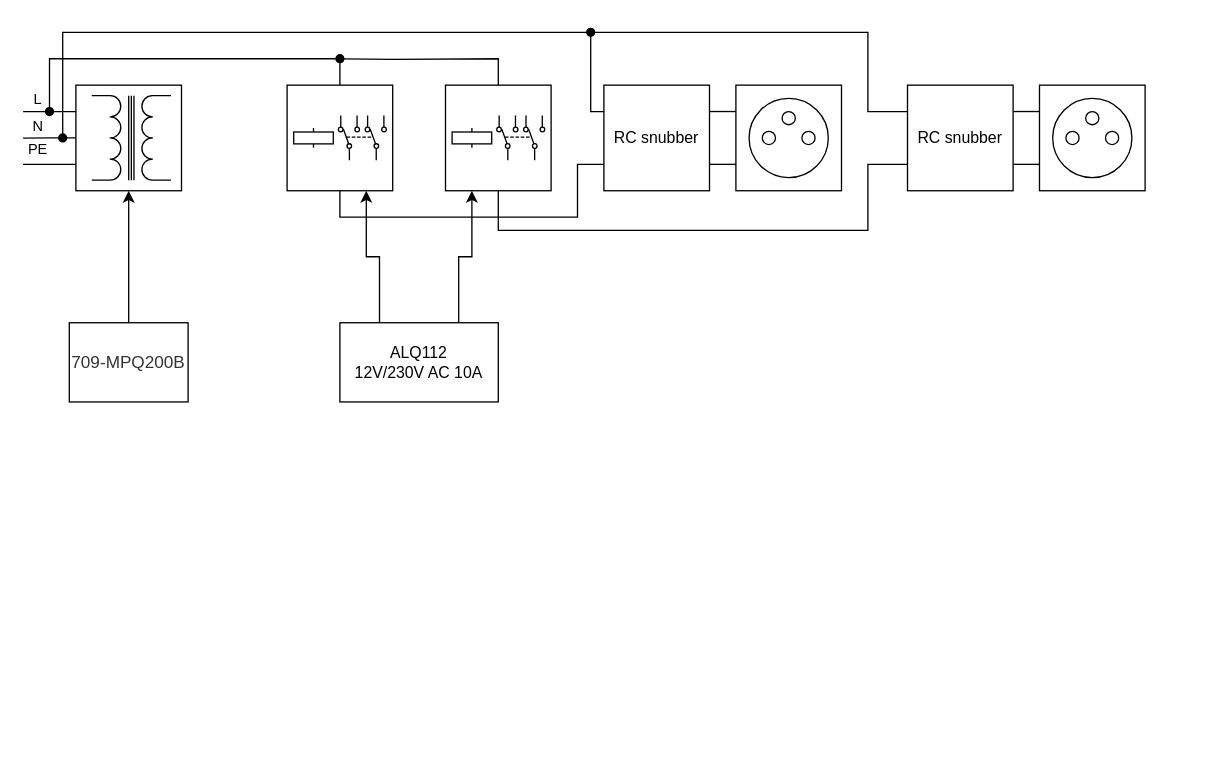
Earlier version of the draw.io diagram silnoproud.drawio (AdminTextilka/Bakalarka). Source tidied: cells renumbered, new cells numbered last; positions are measured from the earlier drawing's top-left corner, leaving out a move shared by most shapes. Both pictures are drawn from the tidied source at 132%, with x=0, y=0 at pixel (22, 32).
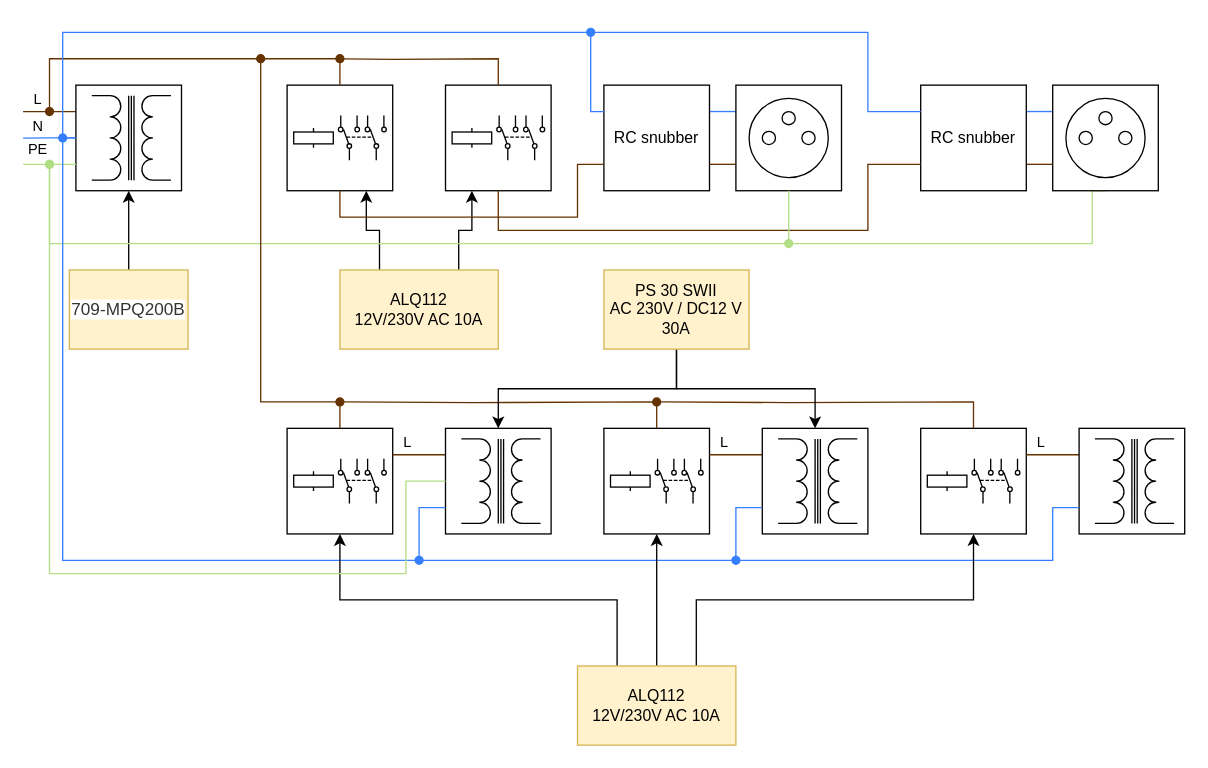
The same diagram, later.

The change refers to these unchanged cells:
```xml
<mxCell id="2" style="group;" parent="1" vertex="1">
  <mxGeometry x="40" y="40" width="80" height="80" as="geometry" />
</mxCell>
<mxCell id="7" style="rounded=0;whiteSpace=wrap;html=1;" parent="2" vertex="1">
  <mxGeometry width="80" height="80" as="geometry" />
</mxCell>
<mxCell id="12" style="whiteSpace=wrap;html=1;" parent="11" vertex="1">
  <mxGeometry width="80" height="80" as="geometry" />
</mxCell>
<mxCell id="22" style="whiteSpace=wrap;html=1;" parent="21" vertex="1">
  <mxGeometry width="80" height="80" as="geometry" />
</mxCell>
<mxCell id="28" value="RC snubber" style="whiteSpace=wrap;html=1;" parent="1" vertex="1">
  <mxGeometry x="440" y="40" width="80" height="80" as="geometry" />
</mxCell>
<mxCell id="36" style="whiteSpace=wrap;html=1;" parent="1" vertex="1">
  <mxGeometry x="540" y="40" width="80" height="80" as="geometry" />
</mxCell>
```

The edit, as a diff of the source:
```diff
@@
-    <mxCell id="3" style="edgeStyle=orthogonalEdgeStyle;rounded=0;jettySize=auto;html=1;exitX=0;exitY=0.25;exitDx=0;exitDy=0;startArrow=none;startFill=0;endArrow=none;" parent="2" edge="1" source="7">
+    <mxCell id="3" style="edgeStyle=orthogonalEdgeStyle;rounded=0;jettySize=auto;html=1;exitX=0;exitY=0.25;exitDx=0;exitDy=0;startArrow=none;startFill=0;endArrow=none;strokeColor=#663300;" parent="2" edge="1" source="7">
       <mxGeometry relative="1" as="geometry">
         <mxPoint x="-40" y="20" as="targetPoint" />
       </mxGeometry>
     </mxCell>
@@
-    <mxCell id="5" style="edgeStyle=orthogonalEdgeStyle;rounded=0;jettySize=auto;html=1;exitX=0;exitY=0.5;exitDx=0;exitDy=0;endArrow=none;startFill=0;" parent="2" edge="1" source="7">
+    <mxCell id="5" style="edgeStyle=orthogonalEdgeStyle;rounded=0;jettySize=auto;html=1;exitX=0;exitY=0.5;exitDx=0;exitDy=0;endArrow=none;startFill=0;strokeColor=#357FFF;" parent="2" edge="1" source="7">
       <mxGeometry relative="1" as="geometry">
         <mxPoint x="-40" y="40.2" as="targetPoint" />
       </mxGeometry>
     </mxCell>
@@
-    <mxCell id="9" style="edgeStyle=orthogonalEdgeStyle;rounded=0;jettySize=auto;html=1;entryX=0;entryY=0.75;entryDx=0;entryDy=0;endArrow=none;startFill=0;" parent="1" edge="1" target="7">
+    <mxCell id="9" style="edgeStyle=orthogonalEdgeStyle;rounded=0;jettySize=auto;html=1;entryX=0;entryY=0.75;entryDx=0;entryDy=0;endArrow=none;startFill=0;strokeColor=#B2DE85;" parent="1" edge="1" target="7">
       <mxGeometry relative="1" as="geometry">
         <mxPoint y="100" as="sourcePoint" />
         <Array as="points">
           <mxPoint y="100" />
         </Array>
       </mxGeometry>
     </mxCell>
@@
-    <mxCell id="16" value="&lt;span style=&quot;color: rgb(51, 51, 51); font-family: Arial, Helvetica, sans-serif; font-size: 13px; text-align: start; background-color: rgb(255, 255, 255);&quot;&gt;709-MPQ200B&lt;/span&gt;" style="rounded=0;whiteSpace=wrap;html=1;" parent="1" vertex="1">
-      <mxGeometry x="35" y="220" width="90" height="60" as="geometry" />
+    <mxCell id="16" value="&lt;span style=&quot;color: rgb(51, 51, 51); font-family: Arial, Helvetica, sans-serif; font-size: 13px; text-align: start; background-color: rgb(255, 255, 255);&quot;&gt;709-MPQ200B&lt;/span&gt;" style="rounded=0;whiteSpace=wrap;html=1;fillColor=#fff2cc;strokeColor=#d6b656;" parent="1" vertex="1">
+      <mxGeometry x="35" y="180" width="90" height="60" as="geometry" />
     </mxCell>
-    <mxCell id="17" style="edgeStyle=orthogonalEdgeStyle;rounded=0;jettySize=auto;html=1;entryX=0.5;entryY=0;entryDx=0;entryDy=0;endArrow=none;startFill=1;endFill=1;startArrow=oval;" parent="1" edge="1" target="12">
+    <mxCell id="17" style="edgeStyle=orthogonalEdgeStyle;rounded=0;jettySize=auto;html=1;entryX=0.5;entryY=0;entryDx=0;entryDy=0;endArrow=none;startFill=1;endFill=1;startArrow=oval;strokeColor=#663300;" parent="1" edge="1" target="12">
       <mxGeometry relative="1" as="geometry">
         <mxPoint x="20" y="60" as="sourcePoint" />
         <Array as="points">
           <mxPoint x="20" y="20" />
           <mxPoint x="240" y="20" />
         </Array>
       </mxGeometry>
     </mxCell>
@@
-    <mxCell id="20" value="ALQ112&lt;br&gt;12V/230V AC 10A" style="rounded=0;whiteSpace=wrap;html=1;" parent="1" vertex="1">
-      <mxGeometry x="240" y="220" width="120" height="60" as="geometry" />
+    <mxCell id="20" value="ALQ112&lt;br&gt;12V/230V AC 10A" style="rounded=0;whiteSpace=wrap;html=1;fillColor=#fff2cc;strokeColor=#d6b656;" parent="1" vertex="1">
+      <mxGeometry x="240" y="180" width="120" height="60" as="geometry" />
     </mxCell>
@@
-    <mxCell id="25" style="edgeStyle=orthogonalEdgeStyle;rounded=0;jettySize=auto;html=1;entryX=0.5;entryY=0;entryDx=0;entryDy=0;endArrow=none;startFill=1;startArrow=oval;" parent="1" edge="1" target="22">
+    <mxCell id="25" style="edgeStyle=orthogonalEdgeStyle;rounded=0;jettySize=auto;html=1;entryX=0.5;entryY=0;entryDx=0;entryDy=0;endArrow=none;startFill=1;startArrow=oval;strokeColor=#663300;" parent="1" edge="1" target="22">
       <mxGeometry relative="1" as="geometry">
         <mxPoint x="240" y="20" as="sourcePoint" />
       </mxGeometry>
     </mxCell>
-    <mxCell id="26" style="edgeStyle=orthogonalEdgeStyle;rounded=0;jettySize=auto;html=1;exitX=1;exitY=0.25;exitDx=0;exitDy=0;entryX=0;entryY=0.25;entryDx=0;entryDy=0;endArrow=none;startFill=0;" parent="1" edge="1" source="28" target="36">
+    <mxCell id="26" style="edgeStyle=orthogonalEdgeStyle;rounded=0;jettySize=auto;html=1;exitX=1;exitY=0.25;exitDx=0;exitDy=0;entryX=0;entryY=0.25;entryDx=0;entryDy=0;endArrow=none;startFill=0;strokeColor=#357FFF;" parent="1" edge="1" source="28" target="36">
       <mxGeometry relative="1" as="geometry" />
     </mxCell>
-    <mxCell id="27" style="edgeStyle=orthogonalEdgeStyle;rounded=0;jettySize=auto;html=1;exitX=1;exitY=0.75;exitDx=0;exitDy=0;entryX=0;entryY=0.75;entryDx=0;entryDy=0;endArrow=none;startFill=0;" parent="1" edge="1" source="28" target="36">
+    <mxCell id="27" style="edgeStyle=orthogonalEdgeStyle;rounded=0;jettySize=auto;html=1;exitX=1;exitY=0.75;exitDx=0;exitDy=0;entryX=0;entryY=0.75;entryDx=0;entryDy=0;endArrow=none;startFill=0;strokeColor=#663300;" parent="1" edge="1" source="28" target="36">
       <mxGeometry relative="1" as="geometry" />
     </mxCell>
@@
-    <mxCell id="29" style="edgeStyle=orthogonalEdgeStyle;rounded=0;jettySize=auto;html=1;exitX=1;exitY=0.25;exitDx=0;exitDy=0;entryX=0;entryY=0.25;entryDx=0;entryDy=0;endArrow=none;startFill=0;" parent="1" edge="1" source="31" target="41">
+    <mxCell id="29" style="edgeStyle=orthogonalEdgeStyle;rounded=0;jettySize=auto;html=1;exitX=1;exitY=0.25;exitDx=0;exitDy=0;entryX=0;entryY=0.25;entryDx=0;entryDy=0;endArrow=none;startFill=0;strokeColor=#357FFF;" parent="1" edge="1" source="31" target="41">
       <mxGeometry relative="1" as="geometry" />
     </mxCell>
-    <mxCell id="30" style="edgeStyle=orthogonalEdgeStyle;rounded=0;jettySize=auto;html=1;exitX=1;exitY=0.75;exitDx=0;exitDy=0;entryX=0;entryY=0.75;entryDx=0;entryDy=0;endArrow=none;startFill=0;" parent="1" edge="1" source="31" target="41">
+    <mxCell id="30" style="edgeStyle=orthogonalEdgeStyle;rounded=0;jettySize=auto;html=1;exitX=1;exitY=0.75;exitDx=0;exitDy=0;entryX=0;entryY=0.75;entryDx=0;entryDy=0;endArrow=none;startFill=0;strokeColor=#663300;" parent="1" edge="1" source="31" target="41">
       <mxGeometry relative="1" as="geometry" />
     </mxCell>
     <mxCell id="31" value="RC snubber" style="whiteSpace=wrap;html=1;" parent="1" vertex="1">
-      <mxGeometry x="670" y="40" width="80" height="80" as="geometry" />
+      <mxGeometry x="680" y="40" width="80" height="80" as="geometry" />
     </mxCell>
-    <mxCell id="32" style="edgeStyle=orthogonalEdgeStyle;rounded=0;jettySize=auto;html=1;exitX=0.5;exitY=1;exitDx=0;exitDy=0;entryX=0;entryY=0.75;entryDx=0;entryDy=0;endArrow=none;startFill=0;" parent="1" edge="1" source="12" target="28">
+    <mxCell id="32" style="edgeStyle=orthogonalEdgeStyle;rounded=0;jettySize=auto;html=1;exitX=0.5;exitY=1;exitDx=0;exitDy=0;entryX=0;entryY=0.75;entryDx=0;entryDy=0;endArrow=none;startFill=0;strokeColor=#663300;" parent="1" edge="1" source="12" target="28">
       <mxGeometry relative="1" as="geometry">
         <Array as="points">
           <mxPoint x="240" y="140" />
           <mxPoint x="420" y="140" />
           <mxPoint x="420" y="100" />
         </Array>
       </mxGeometry>
     </mxCell>
-    <mxCell id="33" style="edgeStyle=orthogonalEdgeStyle;rounded=0;jettySize=auto;html=1;exitX=0.5;exitY=1;exitDx=0;exitDy=0;entryX=0;entryY=0.75;entryDx=0;entryDy=0;endArrow=none;startFill=0;" parent="1" edge="1" source="22" target="31">
+    <mxCell id="33" style="edgeStyle=orthogonalEdgeStyle;rounded=0;jettySize=auto;html=1;exitX=0.5;exitY=1;exitDx=0;exitDy=0;entryX=0;entryY=0.75;entryDx=0;entryDy=0;endArrow=none;startFill=0;strokeColor=#663300;" parent="1" edge="1" source="22" target="31">
       <mxGeometry relative="1" as="geometry">
         <Array as="points">
           <mxPoint x="360" y="150" />
           <mxPoint x="640" y="150" />
           <mxPoint x="640" y="100" />
         </Array>
       </mxGeometry>
     </mxCell>
-    <mxCell id="34" style="edgeStyle=orthogonalEdgeStyle;rounded=0;jettySize=auto;html=1;entryX=0;entryY=0.25;entryDx=0;entryDy=0;startArrow=oval;startFill=1;endArrow=none;" parent="1" edge="1" target="28">
+    <mxCell id="34" style="edgeStyle=orthogonalEdgeStyle;rounded=0;jettySize=auto;html=1;entryX=0;entryY=0.25;entryDx=0;entryDy=0;startArrow=oval;startFill=1;endArrow=none;strokeColor=#357FFF;" parent="1" edge="1" target="28">
       <mxGeometry relative="1" as="geometry">
         <mxPoint x="30" y="80" as="sourcePoint" />
         <Array as="points">
           <mxPoint x="30" />
           <mxPoint x="430" />
           <mxPoint x="430" y="60" />
         </Array>
       </mxGeometry>
     </mxCell>
-    <mxCell id="35" style="edgeStyle=orthogonalEdgeStyle;rounded=0;jettySize=auto;html=1;entryX=0;entryY=0.25;entryDx=0;entryDy=0;endArrow=none;startFill=1;startArrow=oval;" parent="1" edge="1" target="31">
+    <mxCell id="35" style="edgeStyle=orthogonalEdgeStyle;rounded=0;jettySize=auto;html=1;entryX=0;entryY=0.25;entryDx=0;entryDy=0;endArrow=none;startFill=1;startArrow=oval;strokeColor=#357FFF;" parent="1" edge="1" target="31">
       <mxGeometry relative="1" as="geometry">
         <mxPoint x="430" as="sourcePoint" />
         <Array as="points">
           <mxPoint x="640" />
           <mxPoint x="640" y="60" />
         </Array>
       </mxGeometry>
     </mxCell>
+    <mxCell id="46" style="edgeStyle=orthogonalEdgeStyle;rounded=0;jettySize=auto;html=1;entryX=0.5;entryY=1;entryDx=0;entryDy=0;strokeColor=#B2DE85;endArrow=none;startFill=1;startArrow=oval;" parent="1" edge="1" target="41">
+      <mxGeometry relative="1" as="geometry">
+        <mxPoint x="580" y="160" as="sourcePoint" />
+        <Array as="points">
+          <mxPoint x="580" y="160" />
+          <mxPoint x="810" y="160" />
+        </Array>
+      </mxGeometry>
+    </mxCell>
@@
     <mxCell id="41" style="whiteSpace=wrap;html=1;" parent="1" vertex="1">
-      <mxGeometry x="770" y="40" width="80" height="80" as="geometry" />
+      <mxGeometry x="780" y="40" width="80" height="80" as="geometry" />
     </mxCell>
@@
+    <mxCell id="47" style="edgeStyle=orthogonalEdgeStyle;rounded=0;jettySize=auto;html=1;entryX=0.5;entryY=1;entryDx=0;entryDy=0;endArrow=none;startFill=1;strokeColor=#B2DE85;startArrow=oval;" parent="1" edge="1" target="36">
+      <mxGeometry relative="1" as="geometry">
+        <mxPoint x="20" y="100" as="sourcePoint" />
+        <Array as="points">
+          <mxPoint x="20" y="160" />
+          <mxPoint x="580" y="160" />
+        </Array>
+      </mxGeometry>
+    </mxCell>
+    <mxCell id="48" style="group;" parent="1" vertex="1">
+      <mxGeometry x="200" y="300" width="80" height="80" as="geometry" />
+    </mxCell>
+    <mxCell id="49" style="whiteSpace=wrap;html=1;" parent="48" vertex="1">
+      <mxGeometry width="80" height="80" as="geometry" />
+    </mxCell>
+    <mxCell id="50" style="verticalLabelPosition=bottom;shadow=0;dashed=0;align=center;html=1;verticalAlign=top;shape=mxgraph.electrical.electro-mechanical.dpdt3;elSwitchState=1;rotation=-90;" parent="48" vertex="1">
+      <mxGeometry x="40" y="21.8" width="34" height="36.3" as="geometry" />
+    </mxCell>
+    <mxCell id="51" style="verticalLabelPosition=bottom;shadow=0;dashed=0;align=center;html=1;verticalAlign=top;shape=mxgraph.electrical.electro-mechanical.relay_coil;" parent="48" vertex="1">
+      <mxGeometry x="5" y="32.5" width="30" height="15" as="geometry" />
+    </mxCell>
+    <mxCell id="52" style="group;" parent="1" vertex="1">
+      <mxGeometry x="440" y="300" width="80" height="80" as="geometry" />
+    </mxCell>
+    <mxCell id="53" style="whiteSpace=wrap;html=1;" parent="52" vertex="1">
+      <mxGeometry width="80" height="80" as="geometry" />
+    </mxCell>
+    <mxCell id="54" style="verticalLabelPosition=bottom;shadow=0;dashed=0;align=center;html=1;verticalAlign=top;shape=mxgraph.electrical.electro-mechanical.dpdt3;elSwitchState=1;rotation=-90;" parent="52" vertex="1">
+      <mxGeometry x="40" y="21.8" width="34" height="36.3" as="geometry" />
+    </mxCell>
+    <mxCell id="55" style="verticalLabelPosition=bottom;shadow=0;dashed=0;align=center;html=1;verticalAlign=top;shape=mxgraph.electrical.electro-mechanical.relay_coil;" parent="52" vertex="1">
+      <mxGeometry x="5" y="32.5" width="30" height="15" as="geometry" />
+    </mxCell>
+    <mxCell id="56" style="group;" parent="1" vertex="1">
+      <mxGeometry x="680" y="300" width="80" height="80" as="geometry" />
+    </mxCell>
+    <mxCell id="57" style="whiteSpace=wrap;html=1;" parent="56" vertex="1">
+      <mxGeometry width="80" height="80" as="geometry" />
+    </mxCell>
+    <mxCell id="58" style="verticalLabelPosition=bottom;shadow=0;dashed=0;align=center;html=1;verticalAlign=top;shape=mxgraph.electrical.electro-mechanical.dpdt3;elSwitchState=1;rotation=-90;" parent="56" vertex="1">
+      <mxGeometry x="40" y="21.8" width="34" height="36.3" as="geometry" />
+    </mxCell>
+    <mxCell id="59" style="verticalLabelPosition=bottom;shadow=0;dashed=0;align=center;html=1;verticalAlign=top;shape=mxgraph.electrical.electro-mechanical.relay_coil;" parent="56" vertex="1">
+      <mxGeometry x="5" y="32.5" width="30" height="15" as="geometry" />
+    </mxCell>
+    <mxCell id="60" style="group;" parent="1" vertex="1">
+      <mxGeometry x="320" y="300" width="80" height="80" as="geometry" />
+    </mxCell>
+    <mxCell id="61" style="edgeStyle=orthogonalEdgeStyle;rounded=0;jettySize=auto;html=1;exitX=0;exitY=0.25;exitDx=0;exitDy=0;startArrow=none;startFill=0;endArrow=none;strokeColor=#663300;" parent="60" edge="1" source="63">
+      <mxGeometry relative="1" as="geometry">
+        <mxPoint x="-40" y="20" as="targetPoint" />
+      </mxGeometry>
+    </mxCell>
+    <mxCell id="62" value="L" style="edgeLabel;html=1;align=center;verticalAlign=middle;" parent="61" vertex="1">
+      <mxGeometry x="0.16" y="-1" relative="1" as="geometry">
+        <mxPoint x="-7" y="-9" as="offset" />
+      </mxGeometry>
+    </mxCell>
+    <mxCell id="63" style="rounded=0;whiteSpace=wrap;html=1;" parent="60" vertex="1">
+      <mxGeometry width="80" height="80" as="geometry" />
+    </mxCell>
+    <mxCell id="64" style="verticalLabelPosition=bottom;shadow=0;dashed=0;align=center;html=1;verticalAlign=top;shape=mxgraph.electrical.inductors.transformer_1;rotation=-90;" parent="60" vertex="1">
+      <mxGeometry x="10" y="10" width="64" height="60" as="geometry" />
+    </mxCell>
+    <mxCell id="65" style="group;" parent="1" vertex="1">
+      <mxGeometry x="560" y="300" width="80" height="80" as="geometry" />
+    </mxCell>
+    <mxCell id="66" style="edgeStyle=orthogonalEdgeStyle;rounded=0;jettySize=auto;html=1;exitX=0;exitY=0.25;exitDx=0;exitDy=0;startArrow=none;startFill=0;endArrow=none;strokeColor=#663300;" parent="65" edge="1" source="68">
+      <mxGeometry relative="1" as="geometry">
+        <mxPoint x="-40" y="20" as="targetPoint" />
+      </mxGeometry>
+    </mxCell>
+    <mxCell id="67" value="L" style="edgeLabel;html=1;align=center;verticalAlign=middle;" parent="66" vertex="1">
+      <mxGeometry x="0.16" y="-1" relative="1" as="geometry">
+        <mxPoint x="-7" y="-9" as="offset" />
+      </mxGeometry>
+    </mxCell>
+    <mxCell id="68" style="rounded=0;whiteSpace=wrap;html=1;" parent="65" vertex="1">
+      <mxGeometry width="80" height="80" as="geometry" />
+    </mxCell>
+    <mxCell id="69" style="verticalLabelPosition=bottom;shadow=0;dashed=0;align=center;html=1;verticalAlign=top;shape=mxgraph.electrical.inductors.transformer_1;rotation=-90;" parent="65" vertex="1">
+      <mxGeometry x="10" y="10" width="64" height="60" as="geometry" />
+    </mxCell>
+    <mxCell id="70" style="group;" parent="1" vertex="1">
+      <mxGeometry x="800" y="300" width="80" height="80" as="geometry" />
+    </mxCell>
+    <mxCell id="71" style="edgeStyle=orthogonalEdgeStyle;rounded=0;jettySize=auto;html=1;exitX=0;exitY=0.25;exitDx=0;exitDy=0;startArrow=none;startFill=0;endArrow=none;strokeColor=#663300;" parent="70" edge="1" source="73">
+      <mxGeometry relative="1" as="geometry">
+        <mxPoint x="-40" y="20" as="targetPoint" />
+      </mxGeometry>
+    </mxCell>
+    <mxCell id="72" value="L" style="edgeLabel;html=1;align=center;verticalAlign=middle;" parent="71" vertex="1">
+      <mxGeometry x="0.16" y="-1" relative="1" as="geometry">
+        <mxPoint x="-7" y="-9" as="offset" />
+      </mxGeometry>
+    </mxCell>
+    <mxCell id="73" style="rounded=0;whiteSpace=wrap;html=1;" parent="70" vertex="1">
+      <mxGeometry width="80" height="80" as="geometry" />
+    </mxCell>
+    <mxCell id="74" style="verticalLabelPosition=bottom;shadow=0;dashed=0;align=center;html=1;verticalAlign=top;shape=mxgraph.electrical.inductors.transformer_1;rotation=-90;" parent="70" vertex="1">
+      <mxGeometry x="10" y="10" width="64" height="60" as="geometry" />
+    </mxCell>
+    <mxCell id="75" style="edgeStyle=orthogonalEdgeStyle;rounded=0;jettySize=auto;html=1;entryX=0.5;entryY=0;entryDx=0;entryDy=0;endArrow=none;startFill=1;strokeColor=#663300;startArrow=oval;" parent="1" edge="1" target="49">
+      <mxGeometry relative="1" as="geometry">
+        <mxPoint x="180" y="20" as="sourcePoint" />
+        <Array as="points">
+          <mxPoint x="180" y="20" />
+          <mxPoint x="180" y="280" />
+          <mxPoint x="240" y="280" />
+        </Array>
+      </mxGeometry>
+    </mxCell>
+    <mxCell id="76" style="edgeStyle=orthogonalEdgeStyle;rounded=0;jettySize=auto;html=1;entryX=0.5;entryY=0;entryDx=0;entryDy=0;endArrow=none;startFill=1;startArrow=oval;strokeColor=#663300;" parent="1" edge="1" target="53">
+      <mxGeometry relative="1" as="geometry">
+        <mxPoint x="240" y="280" as="sourcePoint" />
+      </mxGeometry>
+    </mxCell>
+    <mxCell id="77" style="edgeStyle=orthogonalEdgeStyle;rounded=0;jettySize=auto;html=1;entryX=0.5;entryY=0;entryDx=0;entryDy=0;endArrow=none;startFill=1;strokeColor=#663300;startArrow=oval;" parent="1" edge="1" target="57">
+      <mxGeometry relative="1" as="geometry">
+        <mxPoint x="480" y="280" as="sourcePoint" />
+      </mxGeometry>
+    </mxCell>
+    <mxCell id="78" style="edgeStyle=orthogonalEdgeStyle;rounded=0;jettySize=auto;html=1;exitX=0;exitY=0.5;exitDx=0;exitDy=0;entryX=0;entryY=0.75;entryDx=0;entryDy=0;strokeColor=#357FFF;endArrow=none;startFill=0;" parent="1" edge="1" source="7" target="63">
+      <mxGeometry relative="1" as="geometry">
+        <Array as="points">
+          <mxPoint x="30" y="80" />
+          <mxPoint x="30" y="400" />
+          <mxPoint x="300" y="400" />
+          <mxPoint x="300" y="360" />
+        </Array>
+      </mxGeometry>
+    </mxCell>
+    <mxCell id="79" style="edgeStyle=orthogonalEdgeStyle;rounded=0;jettySize=auto;html=1;entryX=0;entryY=0.75;entryDx=0;entryDy=0;strokeColor=#357FFF;startArrow=oval;startFill=1;endArrow=none;" parent="1" edge="1" target="68">
+      <mxGeometry relative="1" as="geometry">
+        <mxPoint x="300" y="400" as="sourcePoint" />
+        <Array as="points">
+          <mxPoint x="300" y="400" />
+          <mxPoint x="540" y="400" />
+          <mxPoint x="540" y="360" />
+        </Array>
+      </mxGeometry>
+    </mxCell>
+    <mxCell id="80" style="edgeStyle=orthogonalEdgeStyle;rounded=0;jettySize=auto;html=1;entryX=0;entryY=0.75;entryDx=0;entryDy=0;endArrow=none;startFill=1;strokeColor=#357FFF;startArrow=oval;" parent="1" edge="1" target="73">
+      <mxGeometry relative="1" as="geometry">
+        <mxPoint x="540" y="400" as="sourcePoint" />
+        <Array as="points">
+          <mxPoint x="540" y="400" />
+          <mxPoint x="780" y="400" />
+          <mxPoint x="780" y="360" />
+        </Array>
+      </mxGeometry>
+    </mxCell>
+    <mxCell id="81" style="edgeStyle=orthogonalEdgeStyle;rounded=0;jettySize=auto;html=1;exitX=0.25;exitY=0;exitDx=0;exitDy=0;entryX=0.5;entryY=1;entryDx=0;entryDy=0;" parent="1" edge="1" source="84" target="49">
+      <mxGeometry relative="1" as="geometry" />
+    </mxCell>
+    <mxCell id="82" style="edgeStyle=orthogonalEdgeStyle;rounded=0;jettySize=auto;html=1;exitX=0.5;exitY=0;exitDx=0;exitDy=0;entryX=0.5;entryY=1;entryDx=0;entryDy=0;" parent="1" edge="1" source="84" target="53">
+      <mxGeometry relative="1" as="geometry" />
+    </mxCell>
+    <mxCell id="83" style="edgeStyle=orthogonalEdgeStyle;rounded=0;jettySize=auto;html=1;exitX=0.75;exitY=0;exitDx=0;exitDy=0;entryX=0.5;entryY=1;entryDx=0;entryDy=0;" parent="1" edge="1" source="84" target="57">
+      <mxGeometry relative="1" as="geometry" />
+    </mxCell>
+    <mxCell id="84" value="ALQ112&lt;br&gt;12V/230V AC 10A" style="rounded=0;whiteSpace=wrap;html=1;fillColor=#fff2cc;strokeColor=#d6b656;" parent="1" vertex="1">
+      <mxGeometry x="420" y="480" width="120" height="60" as="geometry" />
+    </mxCell>
+    <mxCell id="85" style="edgeStyle=orthogonalEdgeStyle;rounded=0;jettySize=auto;html=1;exitX=0.5;exitY=1;exitDx=0;exitDy=0;entryX=0.5;entryY=0;entryDx=0;entryDy=0;" parent="1" edge="1" source="87" target="63">
+      <mxGeometry relative="1" as="geometry" />
+    </mxCell>
+    <mxCell id="86" style="edgeStyle=orthogonalEdgeStyle;rounded=0;jettySize=auto;html=1;exitX=0.5;exitY=1;exitDx=0;exitDy=0;entryX=0.5;entryY=0;entryDx=0;entryDy=0;" parent="1" edge="1" source="87" target="68">
+      <mxGeometry relative="1" as="geometry" />
+    </mxCell>
+    <mxCell id="87" value="PS 30 SWII&lt;br&gt;AC 230V / DC12 V&lt;br&gt;30A" style="rounded=0;whiteSpace=wrap;html=1;fillColor=#fff2cc;strokeColor=#d6b656;" parent="1" vertex="1">
+      <mxGeometry x="440" y="180" width="110" height="60" as="geometry" />
+    </mxCell>
+    <mxCell id="88" style="edgeStyle=orthogonalEdgeStyle;rounded=0;jettySize=auto;html=1;entryX=0;entryY=0.5;entryDx=0;entryDy=0;endArrow=none;startFill=1;startArrow=oval;strokeColor=#B2DE85;" parent="1" edge="1" target="63">
+      <mxGeometry relative="1" as="geometry">
+        <mxPoint x="20" y="100" as="sourcePoint" />
+        <Array as="points">
+          <mxPoint x="20" y="100" />
+          <mxPoint x="20" y="410" />
+          <mxPoint x="290" y="410" />
+          <mxPoint x="290" y="340" />
+        </Array>
+      </mxGeometry>
+    </mxCell>
```
